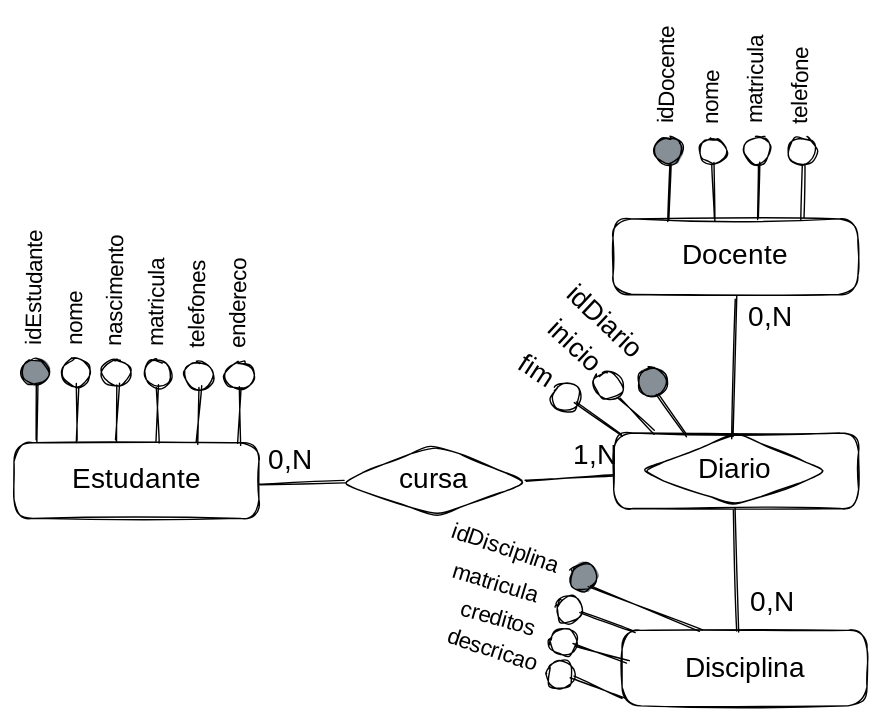
Above: .gitbook/assets/file.excalidraw (28).svg in francojoao/gb-banco-de-dados (Excalidraw), before the change. Source tidied: one line per element, renumbered; positions are measured from the earlier drawing's top-left corner, leaving out a move shared by most shapes.
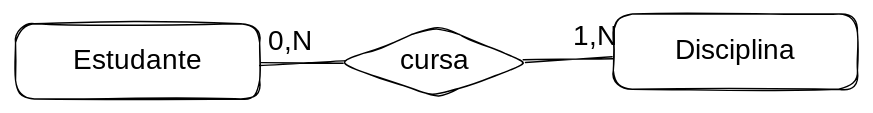
Later version of the same file.

Change to the diagram source:
```diff
@@ -1,70 +1,10 @@
-{"id": 0, "type": "rectangle", "strokeColor": "#000000", "strokeWidth": 1, "roughness": 1, "round": true, "x": 33, "y": 277, "width": 175, "height": 54}
+{"id": 70, "type": "rectangle", "strokeColor": "#000000", "strokeWidth": 1, "roughness": 1, "round": true, "x": 33, "y": 277, "width": 175, "height": 54}
-{"id": 1, "type": "text", "text": "Estudante", "strokeColor": "#000000", "strokeWidth": 1, "roughness": 1, "fontSize": 20, "fontFamily": 1, "textAlign": "center", "verticalAlign": "middle", "inside": 0, "x": 68, "y": 292, "width": 105, "height": 23}
+{"id": 1, "type": "text", "text": "Estudante", "strokeColor": "#000000", "strokeWidth": 1, "roughness": 1, "fontSize": 20, "fontFamily": 1, "textAlign": "center", "verticalAlign": "middle", "inside": 70, "x": 68, "y": 292, "width": 105, "height": 23}
-{"id": 2, "type": "rectangle", "strokeColor": "#000000", "strokeWidth": 1, "roughness": 1, "round": true, "x": 461, "y": 270, "width": 175, "height": 54}
-{"id": 3, "type": "diamond", "strokeColor": "#000000", "strokeWidth": 1, "roughness": 1, "round": true, "x": 265, "y": 278, "width": 136, "height": 52}
+{"id": 71, "type": "rectangle", "strokeColor": "#000000", "strokeWidth": 1, "roughness": 1, "round": true, "x": 461, "y": 270, "width": 175, "height": 54}
+{"id": 12, "type": "text", "text": "Disciplina", "strokeColor": "#000000", "strokeWidth": 1, "roughness": 1, "fontSize": 20, "fontFamily": 1, "textAlign": "center", "verticalAlign": "middle", "inside": 71, "x": 504, "y": 285, "width": 89, "height": 23}
+{"id": 72, "type": "diamond", "strokeColor": "#000000", "strokeWidth": 1, "roughness": 1, "round": true, "x": 265, "y": 278, "width": 136, "height": 52}
-{"id": 4, "type": "text", "text": "cursa", "strokeColor": "#000000", "strokeWidth": 1, "roughness": 1, "fontSize": 20, "fontFamily": 1, "textAlign": "center", "verticalAlign": "middle", "inside": 3, "x": 305, "y": 293, "width": 56, "height": 23}
+{"id": 4, "type": "text", "text": "cursa", "strokeColor": "#000000", "strokeWidth": 1, "roughness": 1, "fontSize": 20, "fontFamily": 1, "textAlign": "center", "verticalAlign": "middle", "inside": 72, "x": 305, "y": 293, "width": 56, "height": 23}
-{"id": 5, "type": "line", "strokeColor": "#000000", "strokeWidth": 1, "roughness": 1, "round": true, "x": 208, "y": 306, "width": 61, "height": 1, "points": [[0, 0], [61, -1]]}
-{"id": 6, "type": "line", "strokeColor": "#000000", "strokeWidth": 1, "roughness": 1, "round": true, "x": 398, "y": 304, "width": 63, "height": 3, "points": [[0, 0], [63, -3]]}
-{"id": 7, "type": "text", "text": "0,N", "strokeColor": "#000000", "strokeWidth": 1, "roughness": 1, "fontSize": 20, "fontFamily": 1, "x": 214, "y": 278, "width": 34, "height": 25}
+{"id": 73, "type": "line", "strokeColor": "#000000", "strokeWidth": 1, "roughness": 1, "round": true, "x": 208, "y": 306, "width": 61, "height": 1, "points": [[0, 0], [61, -1]]}
+{"id": 74, "type": "line", "strokeColor": "#000000", "strokeWidth": 1, "roughness": 1, "round": true, "x": 398, "y": 304, "width": 63, "height": 3, "points": [[0, 0], [63, -3]]}
+{"id": 75, "type": "text", "text": "0,N", "strokeColor": "#000000", "strokeWidth": 1, "roughness": 1, "fontSize": 20, "fontFamily": 1, "x": 214, "y": 278, "width": 34, "height": 25}
 {"id": 8, "type": "text", "text": "1,N", "strokeColor": "#000000", "strokeWidth": 1, "roughness": 1, "fontSize": 20, "fontFamily": 1, "x": 432, "y": 274, "width": 25, "height": 25}
-{"id": 9, "type": "rectangle", "strokeColor": "#000000", "strokeWidth": 1, "roughness": 1, "round": true, "x": 461, "y": 117, "width": 175, "height": 54}
-{"id": 10, "type": "text", "text": "Docente", "strokeColor": "#000000", "strokeWidth": 1, "roughness": 1, "fontSize": 20, "fontFamily": 1, "textAlign": "center", "verticalAlign": "middle", "inside": 9, "x": 508, "y": 132, "width": 81, "height": 25}
-{"id": 11, "type": "rectangle", "strokeColor": "#000000", "strokeWidth": 1, "roughness": 1, "round": true, "x": 467, "y": 411, "width": 175, "height": 54}
-{"id": 12, "type": "text", "text": "Disciplina", "strokeColor": "#000000", "strokeWidth": 1, "roughness": 1, "fontSize": 20, "fontFamily": 1, "textAlign": "center", "verticalAlign": "middle", "inside": 11, "x": 510, "y": 427, "width": 89, "height": 25}
-{"id": 13, "type": "diamond", "strokeColor": "#000000", "strokeWidth": 1, "roughness": 1, "round": true, "x": 480, "y": 271, "width": 136, "height": 52}
-{"id": 14, "type": "text", "text": "Diario", "strokeColor": "#000000", "strokeWidth": 1, "roughness": 1, "fontSize": 20, "fontFamily": 1, "textAlign": "center", "verticalAlign": "middle", "inside": 13, "x": 518, "y": 284, "width": 59, "height": 25}
-{"id": 15, "type": "line", "strokeColor": "#000000", "strokeWidth": 1, "roughness": 1, "round": true, "x": 550, "y": 412, "width": 2, "height": 88, "points": [[0, 0], [-2, -88]]}
-{"id": 16, "type": "line", "strokeColor": "#000000", "strokeWidth": 1, "roughness": 1, "round": true, "x": 548, "y": 173, "width": 2, "height": 100, "points": [[0, 0], [-2, 100]]}
-{"id": 17, "type": "text", "text": "0,N", "strokeColor": "#000000", "strokeWidth": 1, "roughness": 1, "fontSize": 20, "fontFamily": 1, "x": 558, "y": 176, "width": 34, "height": 25}
-{"id": 18, "type": "text", "text": "0,N", "strokeColor": "#000000", "strokeWidth": 1, "roughness": 1, "fontSize": 20, "fontFamily": 1, "x": 558, "y": 379, "width": 34, "height": 25}
-{"id": 19, "type": "ellipse", "strokeColor": "#000000", "angle": 0.01, "strokeWidth": 1, "roughness": 1, "round": true, "x": 67, "y": 217, "width": 20, "height": 19}
-{"id": 20, "type": "line", "strokeColor": "#000000", "angle": 0.01, "backgroundColor": "#868e96", "fillStyle": "solid", "strokeWidth": 1, "roughness": 1, "round": true, "x": 78, "y": 236, "width": 1, "height": 40, "points": [[0, 0], [-1, 40]]}
-{"id": 21, "type": "text", "text": "nome", "strokeColor": "#000000", "angle": 4.73, "backgroundColor": "#868e96", "fillStyle": "solid", "strokeWidth": 1, "roughness": 1, "fontSize": 16, "fontFamily": 1, "x": 59, "y": 179, "width": 37, "height": 20}
-{"id": 22, "type": "ellipse", "strokeColor": "#000000", "angle": 0.01, "strokeWidth": 1, "roughness": 1, "round": true, "x": 125, "y": 218, "width": 20, "height": 19}
-{"id": 23, "type": "line", "strokeColor": "#000000", "angle": 0.01, "backgroundColor": "#868e96", "fillStyle": "solid", "strokeWidth": 1, "roughness": 1, "round": true, "x": 136, "y": 237, "width": 1, "height": 40, "points": [[0, 0], [-1, 40]]}
-{"id": 24, "type": "text", "text": "matricula", "strokeColor": "#000000", "angle": 4.73, "backgroundColor": "#868e96", "fillStyle": "solid", "strokeWidth": 1, "roughness": 1, "fontSize": 16, "fontFamily": 1, "x": 99, "y": 161, "width": 74, "height": 20}
-{"id": 25, "type": "ellipse", "strokeColor": "#000000", "angle": 0.01, "strokeWidth": 1, "roughness": 1, "round": true, "x": 155, "y": 220, "width": 20, "height": 19}
-{"id": 26, "type": "line", "strokeColor": "#000000", "angle": 0.01, "backgroundColor": "#868e96", "fillStyle": "solid", "strokeWidth": 1, "roughness": 1, "round": true, "x": 165, "y": 238, "width": 1, "height": 40, "points": [[0, 0], [-1, 40]]}
-{"id": 27, "type": "text", "text": "telefones", "strokeColor": "#000000", "angle": 4.73, "backgroundColor": "#868e96", "fillStyle": "solid", "strokeWidth": 1, "roughness": 1, "fontSize": 16, "fontFamily": 1, "x": 128, "y": 162, "width": 74, "height": 20}
-{"id": 28, "type": "ellipse", "strokeColor": "#000000", "angle": 0.01, "strokeWidth": 1, "roughness": 1, "round": true, "x": 184, "y": 220, "width": 20, "height": 19}
-{"id": 29, "type": "line", "strokeColor": "#000000", "angle": 0.01, "backgroundColor": "#868e96", "fillStyle": "solid", "strokeWidth": 1, "roughness": 1, "round": true, "x": 195, "y": 238, "width": 1, "height": 40, "points": [[0, 0], [-1, 40]]}
-{"id": 30, "type": "text", "text": "endereco", "strokeColor": "#000000", "angle": 4.73, "backgroundColor": "#868e96", "fillStyle": "solid", "strokeWidth": 1, "roughness": 1, "fontSize": 16, "fontFamily": 1, "x": 160, "y": 165, "width": 69, "height": 20}
-{"id": 31, "type": "ellipse", "strokeColor": "#000000", "strokeWidth": 1, "roughness": 1, "round": true, "x": 522, "y": 59, "width": 20, "height": 19}
-{"id": 32, "type": "line", "strokeColor": "#000000", "backgroundColor": "#868e96", "fillStyle": "solid", "strokeWidth": 1, "roughness": 1, "round": true, "x": 533, "y": 78, "width": 1, "height": 40, "points": [[0, 0], [-1, 40]]}
-{"id": 33, "type": "text", "text": "nome", "strokeColor": "#000000", "angle": 4.73, "backgroundColor": "#868e96", "fillStyle": "solid", "strokeWidth": 1, "roughness": 1, "fontSize": 16, "fontFamily": 1, "x": 514, "y": 21, "width": 37, "height": 20}
-{"id": 34, "type": "ellipse", "strokeColor": "#000000", "strokeWidth": 1, "roughness": 1, "round": true, "x": 554, "y": 59, "width": 20, "height": 19}
-{"id": 35, "type": "line", "strokeColor": "#000000", "backgroundColor": "#868e96", "fillStyle": "solid", "strokeWidth": 1, "roughness": 1, "round": true, "x": 565, "y": 77, "width": 1, "height": 40, "points": [[0, 0], [-1, 40]]}
-{"id": 36, "type": "text", "text": "matricula", "strokeColor": "#000000", "angle": 4.73, "backgroundColor": "#868e96", "fillStyle": "solid", "strokeWidth": 1, "roughness": 1, "fontSize": 16, "fontFamily": 1, "x": 527, "y": 2, "width": 74, "height": 20}
-{"id": 37, "type": "ellipse", "strokeColor": "#000000", "strokeWidth": 1, "roughness": 1, "round": true, "x": 586, "y": 59, "width": 20, "height": 19}
-{"id": 38, "type": "line", "strokeColor": "#000000", "backgroundColor": "#868e96", "fillStyle": "solid", "strokeWidth": 1, "roughness": 1, "round": true, "x": 597, "y": 77, "width": 1, "height": 40, "points": [[0, 0], [-1, 40]]}
-{"id": 39, "type": "text", "text": "telefone", "strokeColor": "#000000", "angle": 4.73, "backgroundColor": "#868e96", "fillStyle": "solid", "strokeWidth": 1, "roughness": 1, "fontSize": 16, "fontFamily": 1, "x": 563, "y": 6, "width": 66, "height": 20}
-{"id": 40, "type": "ellipse", "strokeColor": "#000000", "angle": 5.03, "strokeWidth": 1, "roughness": 1, "round": true, "x": 419, "y": 387, "width": 20, "height": 19}
-{"id": 41, "type": "line", "strokeColor": "#000000", "angle": 5.03, "backgroundColor": "#868e96", "fillStyle": "solid", "strokeWidth": 1, "roughness": 1, "round": true, "x": 457, "y": 385, "width": 1, "height": 40, "points": [[0, 0], [-1, 40]]}
-{"id": 42, "type": "text", "text": "matricula", "strokeColor": "#000000", "angle": 6.58, "backgroundColor": "#868e96", "fillStyle": "solid", "strokeWidth": 1, "roughness": 1, "fontSize": 16, "fontFamily": 1, "x": 345, "y": 370, "width": 74, "height": 20}
-{"id": 43, "type": "ellipse", "strokeColor": "#000000", "angle": 5.01, "strokeWidth": 1, "roughness": 1, "round": true, "x": 415, "y": 410, "width": 20, "height": 19}
-{"id": 44, "type": "line", "strokeColor": "#000000", "angle": 5.01, "backgroundColor": "#868e96", "fillStyle": "solid", "strokeWidth": 1, "roughness": 1, "round": true, "x": 452, "y": 407, "width": 1, "height": 40, "points": [[0, 0], [-1, 40]]}
-{"id": 45, "type": "text", "text": "creditos", "strokeColor": "#000000", "angle": 6.56, "backgroundColor": "#868e96", "fillStyle": "solid", "strokeWidth": 1, "roughness": 1, "fontSize": 16, "fontFamily": 1, "x": 351, "y": 395, "width": 65, "height": 20}
-{"id": 46, "type": "ellipse", "strokeColor": "#000000", "angle": 5.05, "strokeWidth": 1, "roughness": 1, "round": true, "x": 413, "y": 433, "width": 20, "height": 19}
-{"id": 47, "type": "line", "strokeColor": "#000000", "angle": 5.05, "backgroundColor": "#868e96", "fillStyle": "solid", "strokeWidth": 1, "roughness": 1, "round": true, "x": 450, "y": 432, "width": 1, "height": 40, "points": [[0, 0], [-1, 40]]}
-{"id": 48, "type": "text", "text": "descricao", "strokeColor": "#000000", "angle": 6.6, "backgroundColor": "#868e96", "fillStyle": "solid", "strokeWidth": 1, "roughness": 1, "fontSize": 16, "fontFamily": 1, "x": 341, "y": 418, "width": 75, "height": 20}
-{"id": 49, "type": "ellipse", "strokeColor": "#000000", "angle": 5.49, "strokeWidth": 1, "roughness": 1, "round": true, "x": 447, "y": 226, "width": 20, "height": 21}
-{"id": 50, "type": "line", "strokeColor": "#000000", "angle": 5.49, "backgroundColor": "#868e96", "fillStyle": "solid", "strokeWidth": 1, "roughness": 1, "round": true, "x": 477, "y": 240, "width": 1, "height": 36, "points": [[0, 0], [1, 36]]}
-{"id": 51, "type": "text", "text": "inicio", "strokeColor": "#000000", "angle": 7.04, "backgroundColor": "#868e96", "fillStyle": "solid", "strokeWidth": 1, "roughness": 1, "fontSize": 19.36, "fontFamily": 1, "x": 410, "y": 197, "width": 45, "height": 24}
-{"id": 52, "type": "ellipse", "strokeColor": "#000000", "angle": 5.31, "strokeWidth": 1, "roughness": 1, "round": true, "x": 417, "y": 235, "width": 20, "height": 19}
-{"id": 53, "type": "line", "strokeColor": "#000000", "angle": 5.31, "backgroundColor": "#868e96", "fillStyle": "solid", "strokeWidth": 1, "roughness": 1, "round": true, "x": 451, "y": 240, "width": 1, "height": 40, "points": [[0, 0], [-1, 40]]}
-{"id": 54, "type": "text", "text": "fim", "strokeColor": "#000000", "angle": 6.86, "backgroundColor": "#868e96", "fillStyle": "solid", "strokeWidth": 1, "roughness": 1, "fontSize": 19.22, "fontFamily": 1, "x": 392, "y": 215, "width": 28, "height": 24}
-{"id": 55, "type": "ellipse", "strokeColor": "#000000", "angle": 0.01, "strokeWidth": 1, "roughness": 1, "round": true, "x": 96, "y": 218, "width": 20, "height": 19}
-{"id": 56, "type": "line", "strokeColor": "#000000", "angle": 0.01, "backgroundColor": "#868e96", "fillStyle": "solid", "strokeWidth": 1, "roughness": 1, "round": true, "x": 107, "y": 236, "width": 1, "height": 40, "points": [[0, 0], [-1, 40]]}
-{"id": 57, "type": "text", "text": "nascimento", "strokeColor": "#000000", "angle": 4.73, "backgroundColor": "#868e96", "fillStyle": "solid", "strokeWidth": 1, "roughness": 1, "fontSize": 16, "fontFamily": 1, "x": 64, "y": 155, "width": 85, "height": 20}
-{"id": 58, "type": "ellipse", "strokeColor": "#000000", "backgroundColor": "#868e96", "fillStyle": "solid", "strokeWidth": 1, "roughness": 1, "round": true, "x": 38, "y": 217, "width": 20, "height": 19}
-{"id": 59, "type": "line", "strokeColor": "#000000", "backgroundColor": "#868e96", "fillStyle": "solid", "strokeWidth": 1, "roughness": 1, "round": true, "x": 49, "y": 236, "width": 1, "height": 40, "points": [[0, 0], [-1, 40]]}
-{"id": 60, "type": "text", "text": "idEstudante", "strokeColor": "#000000", "angle": 4.73, "backgroundColor": "#868e96", "fillStyle": "solid", "strokeWidth": 1, "roughness": 1, "fontSize": 16, "fontFamily": 1, "x": 0, "y": 149, "width": 97, "height": 20}
-{"id": 61, "type": "ellipse", "strokeColor": "#000000", "backgroundColor": "#868e96", "fillStyle": "solid", "strokeWidth": 1, "roughness": 1, "round": true, "x": 490, "y": 59, "width": 20, "height": 19}
-{"id": 62, "type": "line", "strokeColor": "#000000", "backgroundColor": "#868e96", "fillStyle": "solid", "strokeWidth": 1, "roughness": 1, "round": true, "x": 501, "y": 78, "width": 1, "height": 40, "points": [[0, 0], [-1, 40]]}
-{"id": 63, "type": "text", "text": "idDocente", "strokeColor": "#000000", "angle": 4.73, "backgroundColor": "#868e96", "fillStyle": "solid", "strokeWidth": 1, "roughness": 1, "fontSize": 16, "fontFamily": 1, "x": 461, "y": 0, "width": 78, "height": 20}
-{"id": 64, "type": "ellipse", "strokeColor": "#000000", "angle": 5.69, "backgroundColor": "#868e96", "fillStyle": "solid", "strokeWidth": 1, "roughness": 1, "round": true, "x": 479, "y": 223, "width": 20, "height": 21}
-{"id": 65, "type": "line", "strokeColor": "#000000", "angle": 5.69, "backgroundColor": "#868e96", "fillStyle": "solid", "strokeWidth": 1, "roughness": 1, "round": true, "x": 503, "y": 238, "width": 1, "height": 36, "points": [[0, 0], [1, 36]]}
-{"id": 66, "type": "text", "text": "idDiario", "strokeColor": "#000000", "angle": 7.04, "backgroundColor": "#868e96", "fillStyle": "solid", "strokeWidth": 1, "roughness": 1, "fontSize": 19.36, "fontFamily": 1, "x": 420, "y": 182, "width": 73, "height": 24}
-{"id": 67, "type": "ellipse", "strokeColor": "#000000", "angle": 5.34, "backgroundColor": "#868e96", "fillStyle": "solid", "strokeWidth": 1, "roughness": 1, "round": true, "x": 430, "y": 364, "width": 20, "height": 19}
-{"id": 68, "type": "line", "strokeColor": "#000000", "angle": 5.34, "backgroundColor": "#868e96", "fillStyle": "solid", "strokeWidth": 1, "roughness": 1, "round": true, "x": 474, "y": 354, "width": 20, "height": 83, "points": [[0, 0], [20, 83]]}
-{"id": 69, "type": "text", "text": "idDisciplina", "strokeColor": "#000000", "angle": 0.33, "backgroundColor": "#868e96", "fillStyle": "solid", "strokeWidth": 1, "roughness": 1, "fontSize": 16, "fontFamily": 1, "x": 343, "y": 345, "width": 85, "height": 20}
```
